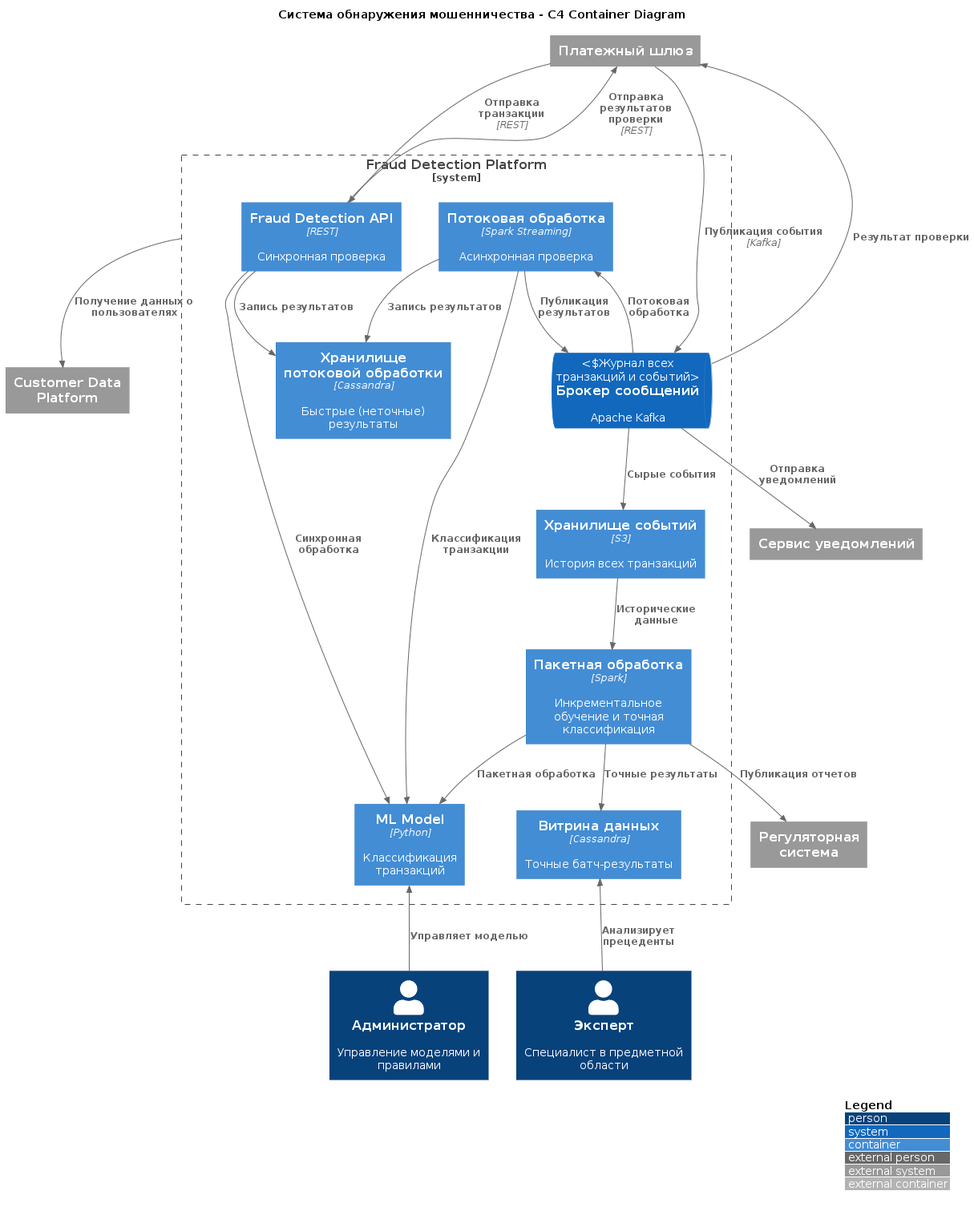
Above: diagrams/c4_container.png in Purely4Fun/vkr_mag (PlantUML), before the change. Source of this version:
```plantuml
@startuml
!include https://raw.githubusercontent.com/plantuml-stdlib/C4-PlantUML/master/C4_Container.puml

title Система обнаружения мошенничества - C4 Container Diagram
LAYOUT_WITH_LEGEND()

Person(expert, "Эксперт", "Специалист в предметной области")
Person(admin, "Администратор", "Управление моделями и правилами")

System_Ext(paymentGateway, "Платежный шлюз")
System_Ext(identityService, "Customer Data Platform")
System_Ext(notificationService, "Сервис уведомлений")
System_Ext(regulatorySystem, "Регуляторная система")

System_Boundary(fraud, "Fraud Detection Platform") {

    Container(apiGateway, "Fraud Detection API", "REST",        "Синхронная проверка")

    SystemQueue(kafka, "Брокер сообщений", "Apache Kafka",        "Журнал всех транзакций и событий")

    Container(speedProcessor, "Потоковая обработка", "Spark Streaming",        "Асинхронная проверка")

    Container(batchProcessor, "Пакетная обработка", "Spark",        "Инкрементальное обучение и точная классификация")

    Container(mlModel, "ML Model", "Python",        "Классификация транзакций")

    Container(speedDB, "Хранилище потоковой обработки", "Cassandra",        "Быстрые (неточные) результаты")

    Container(servingDB, "Витрина данных", "Cassandra",        "Точные батч-результаты")

    Container(dataLake, "Хранилище событий", "S3",        "История всех транзакций")
}

Rel_D(paymentGateway, apiGateway, "Отправка транзакции", "REST")
Rel_D(paymentGateway, kafka, "Публикация события", "Kafka")

Rel(kafka, speedProcessor, "Потоковая обработка")
Rel(speedProcessor, mlModel, "Классификация транзакции")
Rel(speedProcessor, speedDB, "Запись результатов")
Rel(speedProcessor, kafka, "Публикация результатов")
Rel_U(apiGateway, paymentGateway, "Отправка результатов проверки", "REST")
Rel_U(kafka, paymentGateway, "Результат проверки")

Rel(apiGateway, mlModel, "Синхронная обработка")
Rel(apiGateway, speedDB, "Запись результатов")

Rel(kafka, dataLake, "Сырые события")
Rel(dataLake, batchProcessor, "Исторические данные")
Rel(batchProcessor, mlModel, "Пакетная обработка")
Rel(batchProcessor, servingDB, "Точные результаты")

Rel_U(admin, mlModel, "Управляет моделью")
Rel_U(expert, servingDB, "Анализирует прецеденты")

Rel(fraud, identityService, "Получение данных о пользователях")
Rel(kafka, notificationService, "Отправка уведомлений")
Rel(batchProcessor, regulatorySystem, "Публикация отчетов")
@enduml
```
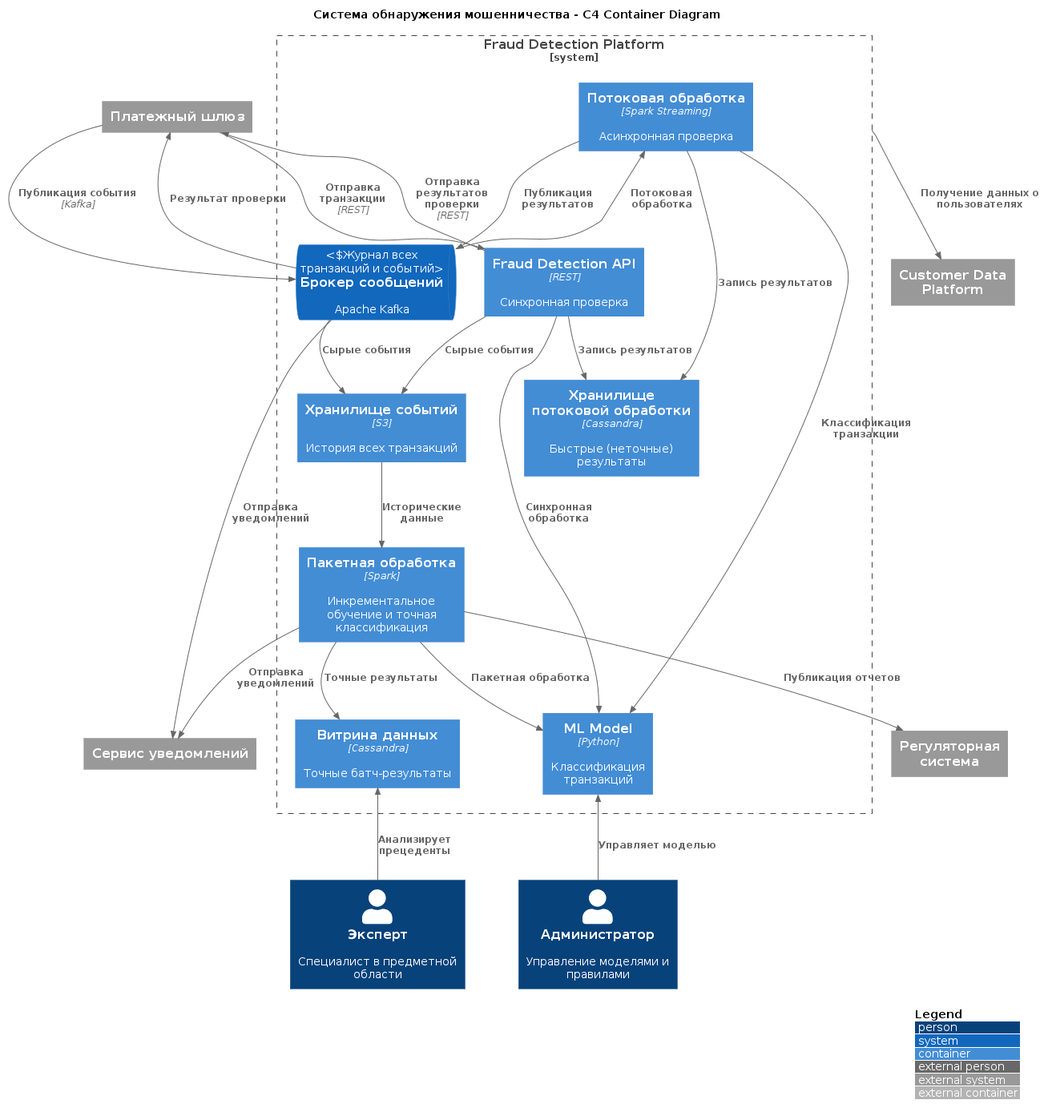
The same diagram one commit later.

Diff of the diagram source:
```diff
@@ -38,6 +38,7 @@
 Rel(speedProcessor, mlModel, "Классификация транзакции")
 Rel(speedProcessor, speedDB, "Запись результатов")
 Rel(speedProcessor, kafka, "Публикация результатов")
+Rel(apiGateway, dataLake, "Сырые события")
 Rel_U(apiGateway, paymentGateway, "Отправка результатов проверки", "REST")
 Rel_U(kafka, paymentGateway, "Результат проверки")
 
@@ -48,6 +49,8 @@
 Rel(dataLake, batchProcessor, "Исторические данные")
 Rel(batchProcessor, mlModel, "Пакетная обработка")
 Rel(batchProcessor, servingDB, "Точные результаты")
+Rel(batchProcessor, notificationService, "Отправка уведомлений")
+
 
 Rel_U(admin, mlModel, "Управляет моделью")
 Rel_U(expert, servingDB, "Анализирует прецеденты")
```
